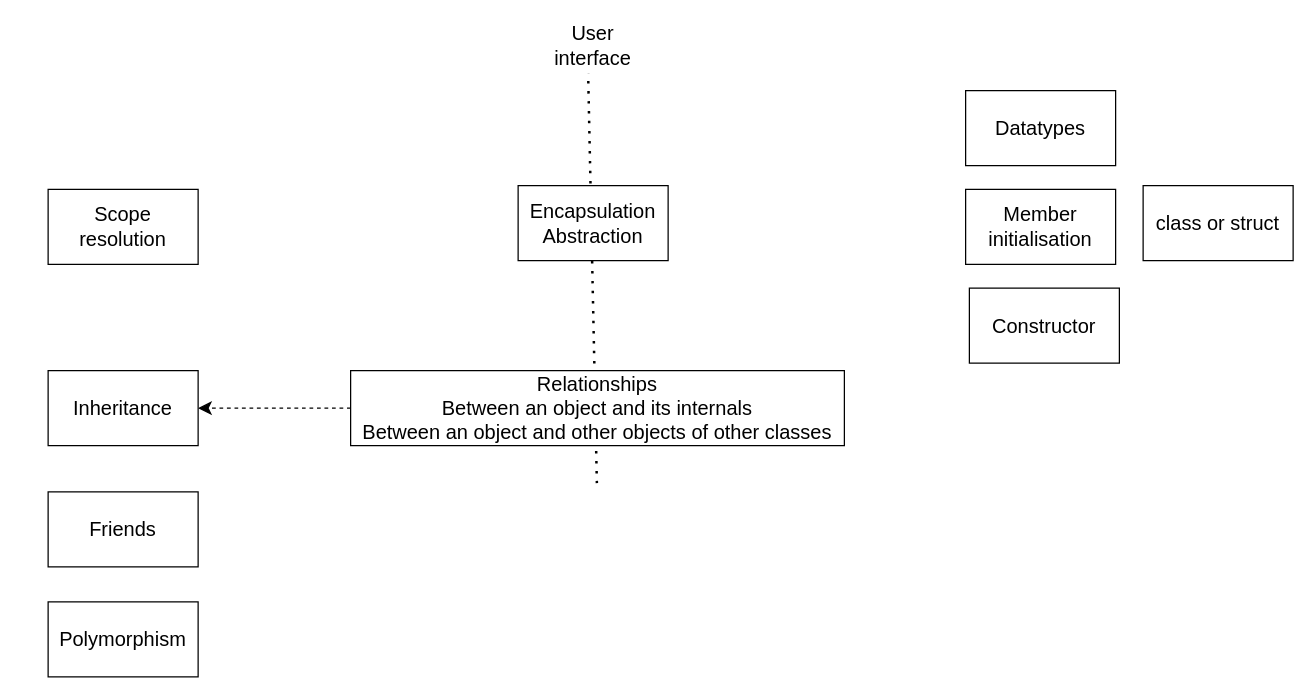
The draw.io diagram flowCharts/c++/components.drawio in jaysonthomas/logbook, before the edit. Source tidied: cells renumbered, new cells numbered last; positions are measured from the earlier drawing's top-left corner, leaving out a move shared by most shapes. Both pictures are drawn from the tidied source at 125%, with x=0, y=0 at pixel (48, 26).
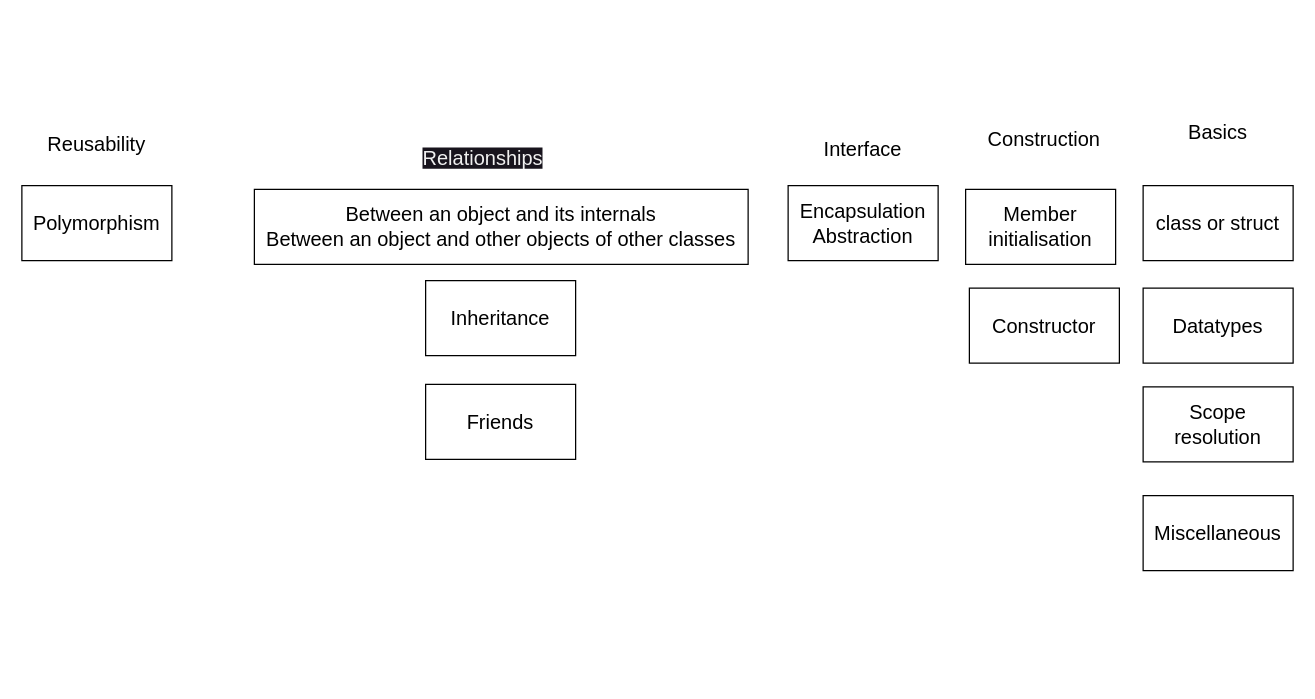
The same page after the edit.

The edit, as a diff of the source:
```diff
@@
 <mxGraphModel>
   <root>
     <mxCell id="0" />
     <mxCell id="1" parent="0" />
     <mxCell id="2" value="Datatypes" style="rounded=0;whiteSpace=wrap;html=1;fontSize=16;" parent="1" vertex="1">
-      <mxGeometry x="734" y="51" width="120" height="60" as="geometry" />
+      <mxGeometry x="876" y="209" width="120" height="60" as="geometry" />
     </mxCell>
     <mxCell id="3" value="Member initialisation" style="rounded=0;whiteSpace=wrap;html=1;fontSize=16;" parent="1" vertex="1">
       <mxGeometry x="734" y="130" width="120" height="60" as="geometry" />
     </mxCell>
-    <mxCell id="4" style="endArrow=none;dashed=1;html=1;dashPattern=1 3;strokeWidth=2;rounded=0;fontSize=12;startSize=8;endSize=8;curved=1;" parent="1" edge="1">
-      <mxGeometry relative="1" as="geometry">
-        <mxPoint x="439" y="365" as="sourcePoint" />
-        <mxPoint x="432" y="37" as="targetPoint" />
-      </mxGeometry>
-    </mxCell>
     <mxCell id="5" value="Encapsulation&lt;br&gt;Abstraction" style="rounded=0;whiteSpace=wrap;html=1;fontSize=16;" parent="1" vertex="1">
-      <mxGeometry x="376" y="127" width="120" height="60" as="geometry" />
+      <mxGeometry x="592" y="127" width="120" height="60" as="geometry" />
     </mxCell>
-    <mxCell id="6" value="User interface" style="text;html=1;strokeColor=none;fillColor=none;align=center;verticalAlign=middle;whiteSpace=wrap;rounded=0;fontSize=16;" parent="1" vertex="1">
-      <mxGeometry x="406" width="60" height="30" as="geometry" />
+    <mxCell id="6" value="Reusability" style="text;html=1;strokeColor=none;fillColor=none;align=center;verticalAlign=middle;whiteSpace=wrap;rounded=0;fontSize=16;" parent="1" vertex="1">
+      <mxGeometry x="9" y="79" width="60" height="30" as="geometry" />
     </mxCell>
-    <mxCell id="7" style="edgeStyle=none;curved=1;rounded=0;jettySize=auto;html=1;entryX=1;entryY=0.5;entryDx=0;entryDy=0;fontSize=12;startSize=8;endSize=8;dashed=1;" parent="1" edge="1" source="8" target="12">
-      <mxGeometry relative="1" as="geometry" />
-    </mxCell>
-    <mxCell id="8" value="Relationships&lt;br&gt;Between an object and its internals&lt;br&gt;Between an object and other objects of other classes" style="rounded=0;whiteSpace=wrap;html=1;fontSize=16;" parent="1" vertex="1">
-      <mxGeometry x="242" y="275" width="395" height="60" as="geometry" />
+    <mxCell id="8" value="Between an object and its internals&lt;br&gt;Between an object and other objects of other classes" style="rounded=0;whiteSpace=wrap;html=1;fontSize=16;" parent="1" vertex="1">
+      <mxGeometry x="165" y="130" width="395" height="60" as="geometry" />
     </mxCell>
     <mxCell id="9" value="class or struct" style="rounded=0;whiteSpace=wrap;html=1;fontSize=16;" parent="1" vertex="1">
       <mxGeometry x="876" y="127" width="120" height="60" as="geometry" />
     </mxCell>
     <mxCell id="10" value="Constructor" style="rounded=0;whiteSpace=wrap;html=1;fontSize=16;" parent="1" vertex="1">
       <mxGeometry x="737" y="209" width="120" height="60" as="geometry" />
     </mxCell>
     <mxCell id="11" value="Scope resolution" style="rounded=0;whiteSpace=wrap;html=1;fontSize=16;" parent="1" vertex="1">
-      <mxGeometry y="130" width="120" height="60" as="geometry" />
+      <mxGeometry x="876" y="288" width="120" height="60" as="geometry" />
     </mxCell>
     <mxCell id="12" value="Inheritance" style="rounded=0;whiteSpace=wrap;html=1;fontSize=16;" parent="1" vertex="1">
-      <mxGeometry y="275" width="120" height="60" as="geometry" />
+      <mxGeometry x="302" y="203" width="120" height="60" as="geometry" />
     </mxCell>
     <mxCell id="13" value="Friends" style="rounded=0;whiteSpace=wrap;html=1;fontSize=16;" parent="1" vertex="1">
-      <mxGeometry y="372" width="120" height="60" as="geometry" />
+      <mxGeometry x="302" y="286" width="120" height="60" as="geometry" />
     </mxCell>
     <mxCell id="14" value="Polymorphism" style="rounded=0;whiteSpace=wrap;html=1;fontSize=16;" parent="1" vertex="1">
-      <mxGeometry y="460" width="120" height="60" as="geometry" />
+      <mxGeometry x="-21" y="127" width="120" height="60" as="geometry" />
     </mxCell>
+    <mxCell id="15" value="Basics" style="text;html=1;strokeColor=none;fillColor=none;align=center;verticalAlign=middle;whiteSpace=wrap;rounded=0;fontSize=16;" parent="1" vertex="1">
+      <mxGeometry x="906" y="69" width="60" height="30" as="geometry" />
+    </mxCell>
+    <mxCell id="16" value="Construction" style="text;html=1;strokeColor=none;fillColor=none;align=center;verticalAlign=middle;whiteSpace=wrap;rounded=0;fontSize=16;" parent="1" vertex="1">
+      <mxGeometry x="767" y="75" width="60" height="30" as="geometry" />
+    </mxCell>
+    <mxCell id="17" value="Interface" style="text;html=1;strokeColor=none;fillColor=none;align=center;verticalAlign=middle;whiteSpace=wrap;rounded=0;fontSize=16;" parent="1" vertex="1">
+      <mxGeometry x="622" y="83" width="60" height="30" as="geometry" />
+    </mxCell>
+    <mxCell id="18" value="&lt;span style=&quot;color: rgb(240, 240, 240); font-family: Helvetica; font-size: 16px; font-style: normal; font-variant-ligatures: normal; font-variant-caps: normal; font-weight: 400; letter-spacing: normal; orphans: 2; text-align: center; text-indent: 0px; text-transform: none; widows: 2; word-spacing: 0px; -webkit-text-stroke-width: 0px; background-color: rgb(24, 20, 29); text-decoration-thickness: initial; text-decoration-style: initial; text-decoration-color: initial; float: none; display: inline !important;&quot;&gt;Relationships&lt;/span&gt;" style="text;whiteSpace=wrap;html=1;fontSize=16;" parent="1" vertex="1">
+      <mxGeometry x="298" y="89" width="124" height="41" as="geometry" />
+    </mxCell>
+    <mxCell id="19" value="Miscellaneous" style="rounded=0;whiteSpace=wrap;html=1;fontSize=16;" parent="1" vertex="1">
+      <mxGeometry x="876" y="375" width="120" height="60" as="geometry" />
+    </mxCell>
   </root>
 </mxGraphModel>
```
